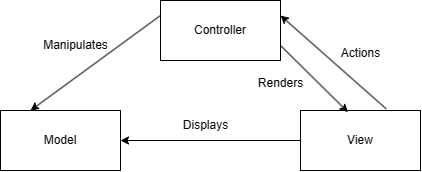
The draw.io diagram docs/Images_UML/MVC_Pattern.png in FEUP-LDTS-2023/project-l04gr03, before a commit. Source tidied: cells renumbered, new cells last; positions are measured from the earlier drawing's top-left corner, leaving out a move shared by most shapes. Its diagram source:
```xml
<mxGraphModel>
  <root>
    <mxCell id="0" />
    <mxCell id="1" parent="0" />
    <mxCell id="2" value="Controller" style="rounded=0;whiteSpace=wrap;html=1;" parent="1" vertex="1">
      <mxGeometry x="160" width="120" height="60" as="geometry" />
    </mxCell>
    <mxCell id="3" value="Model" style="rounded=0;whiteSpace=wrap;html=1;" parent="1" vertex="1">
      <mxGeometry y="110" width="120" height="60" as="geometry" />
    </mxCell>
    <mxCell id="4" value="View" style="whiteSpace=wrap;html=1;" parent="1" vertex="1">
      <mxGeometry x="300" y="110" width="120" height="60" as="geometry" />
    </mxCell>
    <mxCell id="5" style="endArrow=classic;html=1;rounded=0;entryX=1;entryY=0.25;entryDx=0;entryDy=0;exitX=0.714;exitY=-0.028;exitDx=0;exitDy=0;exitPerimeter=0;" parent="1" edge="1" source="4" target="2">
      <mxGeometry relative="1" as="geometry" />
    </mxCell>
    <mxCell id="6" style="endArrow=classic;html=1;rounded=0;exitX=1;exitY=0.75;exitDx=0;exitDy=0;entryX=0.396;entryY=0.028;entryDx=0;entryDy=0;entryPerimeter=0;" parent="1" edge="1" source="2" target="4">
      <mxGeometry relative="1" as="geometry" />
    </mxCell>
    <mxCell id="7" style="endArrow=classic;html=1;rounded=0;exitX=0;exitY=0.25;exitDx=0;exitDy=0;entryX=0.25;entryY=0;entryDx=0;entryDy=0;" parent="1" edge="1" source="2" target="3">
      <mxGeometry relative="1" as="geometry" />
    </mxCell>
    <mxCell id="8" style="endArrow=classic;html=1;rounded=0;exitX=0;exitY=0.5;exitDx=0;exitDy=0;entryX=1;entryY=0.5;entryDx=0;entryDy=0;" parent="1" edge="1" source="4" target="3">
      <mxGeometry relative="1" as="geometry" />
    </mxCell>
    <mxCell id="9" value="Manipulates" style="text;html=1;align=center;verticalAlign=middle;strokeColor=none;fillColor=none;" parent="1" vertex="1">
      <mxGeometry x="30" y="30" width="90" height="30" as="geometry" />
    </mxCell>
    <mxCell id="10" value="Displays" style="text;html=1;align=center;verticalAlign=middle;strokeColor=none;fillColor=none;" parent="1" vertex="1">
      <mxGeometry x="170" y="110" width="70" height="30" as="geometry" />
    </mxCell>
    <mxCell id="11" value="Actions" style="text;html=1;align=center;verticalAlign=middle;strokeColor=none;fillColor=none;" parent="1" vertex="1">
      <mxGeometry x="330" y="38" width="60" height="30" as="geometry" />
    </mxCell>
    <mxCell id="12" value="Renders" style="text;html=1;align=center;verticalAlign=middle;strokeColor=none;fillColor=none;" parent="1" vertex="1">
      <mxGeometry x="245" y="68" width="70" height="30" as="geometry" />
    </mxCell>
  </root>
</mxGraphModel>
```
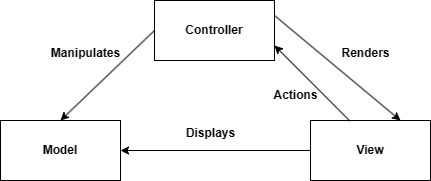
After the commit.

Commit message:
Updated the general UML, MVC UML and the report

What changed in the source:
```diff
@@ -1,39 +1,39 @@
-<mxGraphModel>
+<mxGraphModel background="#ffffff">
   <root>
-    <mxCell id="0" />
-    <mxCell id="1" parent="0" />
+    <mxCell id="13" />
+    <mxCell id="14" parent="13" />
-    <mxCell id="2" value="Controller" style="rounded=0;whiteSpace=wrap;html=1;" parent="1" vertex="1">
-      <mxGeometry x="160" width="120" height="60" as="geometry" />
+    <mxCell id="2" value="&lt;b&gt;Controller&lt;/b&gt;" style="rounded=0;whiteSpace=wrap;html=1;" parent="14" vertex="1">
+      <mxGeometry x="194" y="-280" width="120" height="60" as="geometry" />
     </mxCell>
-    <mxCell id="3" value="Model" style="rounded=0;whiteSpace=wrap;html=1;" parent="1" vertex="1">
-      <mxGeometry y="110" width="120" height="60" as="geometry" />
+    <mxCell id="3" value="&lt;b&gt;Model&lt;/b&gt;" style="rounded=0;whiteSpace=wrap;html=1;" parent="14" vertex="1">
+      <mxGeometry x="40" y="-160" width="120" height="60" as="geometry" />
     </mxCell>
-    <mxCell id="4" value="View" style="whiteSpace=wrap;html=1;" parent="1" vertex="1">
-      <mxGeometry x="300" y="110" width="120" height="60" as="geometry" />
+    <mxCell id="4" value="&lt;b&gt;View&lt;/b&gt;" style="rounded=0;whiteSpace=wrap;html=1;" parent="14" vertex="1">
+      <mxGeometry x="350" y="-160" width="120" height="60" as="geometry" />
     </mxCell>
+    <mxCell id="8" style="endArrow=classic;html=1;rounded=0;entryX=1;entryY=0.5;entryDx=0;entryDy=0;exitX=0;exitY=0.5;exitDx=0;exitDy=0;" parent="14" edge="1" source="4" target="3">
+      <mxGeometry relative="1" as="geometry" />
+    </mxCell>
+    <mxCell id="7" style="endArrow=classic;html=1;rounded=0;exitX=0;exitY=0.5;exitDx=0;exitDy=0;entryX=0.5;entryY=0;entryDx=0;entryDy=0;" parent="14" edge="1" source="2" target="3">
+      <mxGeometry relative="1" as="geometry" />
+    </mxCell>
+    <mxCell id="6" style="endArrow=classic;html=1;rounded=0;exitX=1;exitY=0.25;exitDx=0;exitDy=0;entryX=0.75;entryY=0;entryDx=0;entryDy=0;" parent="14" edge="1" source="2" target="4">
+      <mxGeometry relative="1" as="geometry" />
+    </mxCell>
-    <mxCell id="5" style="endArrow=classic;html=1;rounded=0;entryX=1;entryY=0.25;entryDx=0;entryDy=0;exitX=0.714;exitY=-0.028;exitDx=0;exitDy=0;exitPerimeter=0;" parent="1" edge="1" source="4" target="2">
+    <mxCell id="5" style="endArrow=classic;html=1;rounded=0;entryX=1;entryY=0.75;entryDx=0;entryDy=0;exitX=0.327;exitY=0.007;exitDx=0;exitDy=0;exitPerimeter=0;" parent="14" edge="1" source="4" target="2">
       <mxGeometry relative="1" as="geometry" />
     </mxCell>
-    <mxCell id="6" style="endArrow=classic;html=1;rounded=0;exitX=1;exitY=0.75;exitDx=0;exitDy=0;entryX=0.396;entryY=0.028;entryDx=0;entryDy=0;entryPerimeter=0;" parent="1" edge="1" source="2" target="4">
-      <mxGeometry relative="1" as="geometry" />
-    </mxCell>
-    <mxCell id="7" style="endArrow=classic;html=1;rounded=0;exitX=0;exitY=0.25;exitDx=0;exitDy=0;entryX=0.25;entryY=0;entryDx=0;entryDy=0;" parent="1" edge="1" source="2" target="3">
-      <mxGeometry relative="1" as="geometry" />
-    </mxCell>
-    <mxCell id="8" style="endArrow=classic;html=1;rounded=0;exitX=0;exitY=0.5;exitDx=0;exitDy=0;entryX=1;entryY=0.5;entryDx=0;entryDy=0;" parent="1" edge="1" source="4" target="3">
-      <mxGeometry relative="1" as="geometry" />
-    </mxCell>
-    <mxCell id="9" value="Manipulates" style="text;html=1;align=center;verticalAlign=middle;strokeColor=none;fillColor=none;" parent="1" vertex="1">
-      <mxGeometry x="30" y="30" width="90" height="30" as="geometry" />
+    <mxCell id="9" value="&lt;b&gt;Manipulates&lt;/b&gt;" style="text;html=1;align=center;verticalAlign=middle;strokeColor=none;fillColor=none;" parent="14" vertex="1">
+      <mxGeometry x="80" y="-242" width="90" height="30" as="geometry" />
     </mxCell>
-    <mxCell id="10" value="Displays" style="text;html=1;align=center;verticalAlign=middle;strokeColor=none;fillColor=none;" parent="1" vertex="1">
-      <mxGeometry x="170" y="110" width="70" height="30" as="geometry" />
+    <mxCell id="10" value="&lt;b&gt;Displays&lt;/b&gt;" style="text;html=1;align=center;verticalAlign=middle;strokeColor=none;fillColor=none;" parent="14" vertex="1">
+      <mxGeometry x="215" y="-162" width="70" height="30" as="geometry" />
     </mxCell>
-    <mxCell id="11" value="Actions" style="text;html=1;align=center;verticalAlign=middle;strokeColor=none;fillColor=none;" parent="1" vertex="1">
-      <mxGeometry x="330" y="38" width="60" height="30" as="geometry" />
+    <mxCell id="11" value="&lt;b&gt;Actions&lt;/b&gt;" style="text;html=1;align=center;verticalAlign=middle;strokeColor=none;fillColor=none;" parent="14" vertex="1">
+      <mxGeometry x="300" y="-200" width="70" height="30" as="geometry" />
     </mxCell>
-    <mxCell id="12" value="Renders" style="text;html=1;align=center;verticalAlign=middle;strokeColor=none;fillColor=none;" parent="1" vertex="1">
-      <mxGeometry x="245" y="68" width="70" height="30" as="geometry" />
+    <mxCell id="12" value="&lt;b&gt;Renders&lt;/b&gt;" style="text;html=1;align=center;verticalAlign=middle;strokeColor=none;fillColor=none;" parent="14" vertex="1">
+      <mxGeometry x="370" y="-242" width="70" height="30" as="geometry" />
     </mxCell>
   </root>
 </mxGraphModel>
```
